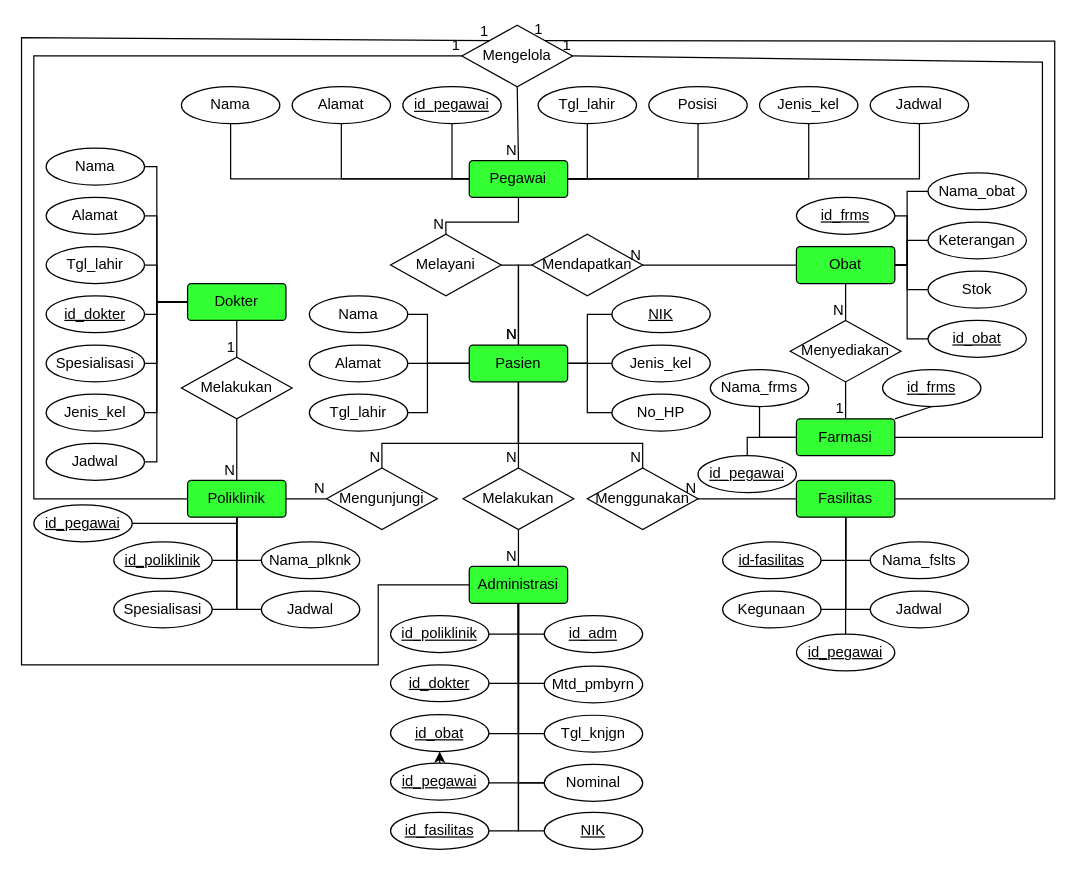
The draw.io diagram rumahSakit.drawio in yogadwipayana/ERD, before the edit. Source tidied: cells renumbered, new cells numbered last; positions are measured from the earlier drawing's top-left corner, leaving out a move shared by most shapes. Both pictures are drawn from the tidied source at 123%, with x=0, y=0 at pixel (21, 25).
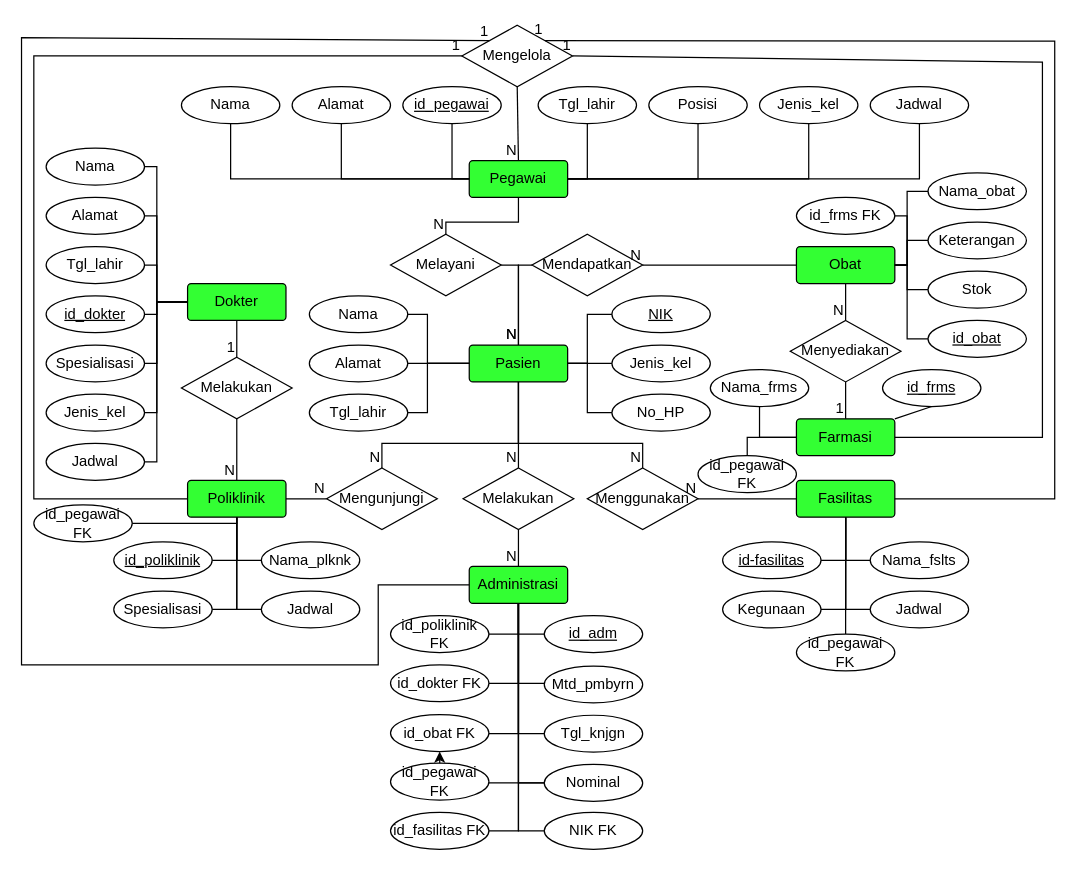
After the change.

The edit, as a diff of the source:
```diff
@@
-    <mxCell id="129" value="NIK" style="ellipse;whiteSpace=wrap;html=1;align=center;fontStyle=4;" parent="1" vertex="1">
+    <mxCell id="129" value="NIK FK" style="ellipse;whiteSpace=wrap;html=1;align=center;" parent="1" vertex="1">
       <mxGeometry x="425" y="640" width="80" height="30" as="geometry" />
     </mxCell>
-    <mxCell id="130" value="id_fasilitas" style="ellipse;whiteSpace=wrap;html=1;align=center;fontStyle=4;" parent="1" vertex="1">
+    <mxCell id="130" value="id_fasilitas FK" style="ellipse;whiteSpace=wrap;html=1;align=center;" parent="1" vertex="1">
       <mxGeometry x="300" y="640" width="80" height="30" as="geometry" />
     </mxCell>
-    <mxCell id="131" value="id_pegawai" style="ellipse;whiteSpace=wrap;html=1;align=center;fontStyle=4;" parent="1" vertex="1">
+    <mxCell id="131" value="id_pegawai FK" style="ellipse;whiteSpace=wrap;html=1;align=center;" parent="1" vertex="1">
       <mxGeometry x="300" y="600" width="80" height="30" as="geometry" />
     </mxCell>
-    <mxCell id="132" value="id_obat" style="ellipse;whiteSpace=wrap;html=1;align=center;fontStyle=4;" parent="1" vertex="1">
+    <mxCell id="132" value="id_obat FK" style="ellipse;whiteSpace=wrap;html=1;align=center;" parent="1" vertex="1">
       <mxGeometry x="300" y="560.5" width="80" height="30" as="geometry" />
     </mxCell>
-    <mxCell id="133" value="id_dokter" style="ellipse;whiteSpace=wrap;html=1;align=center;fontStyle=4;" parent="1" vertex="1">
+    <mxCell id="133" value="id_dokter FK" style="ellipse;whiteSpace=wrap;html=1;align=center;" parent="1" vertex="1">
       <mxGeometry x="300" y="520" width="80" height="30" as="geometry" />
     </mxCell>
-    <mxCell id="134" value="id_poliklinik" style="ellipse;whiteSpace=wrap;html=1;align=center;fontStyle=4;" parent="1" vertex="1">
+    <mxCell id="134" value="id_poliklinik FK" style="ellipse;whiteSpace=wrap;html=1;align=center;" parent="1" vertex="1">
       <mxGeometry x="300" y="480" width="80" height="30" as="geometry" />
     </mxCell>
@@
-    <mxCell id="144" value="id_frms" style="ellipse;whiteSpace=wrap;html=1;align=center;fontStyle=4;" parent="1" vertex="1">
+    <mxCell id="144" value="id_frms FK" style="ellipse;whiteSpace=wrap;html=1;align=center;" parent="1" vertex="1">
       <mxGeometry x="630" y="140" width="80" height="30" as="geometry" />
     </mxCell>
@@
-    <mxCell id="146" value="id_pegawai" style="ellipse;whiteSpace=wrap;html=1;align=center;fontStyle=4;" parent="1" vertex="1">
+    <mxCell id="146" value="id_pegawai FK" style="ellipse;whiteSpace=wrap;html=1;align=center;" parent="1" vertex="1">
       <mxGeometry x="550" y="350" width="80" height="30" as="geometry" />
     </mxCell>
@@
-    <mxCell id="148" value="id_pegawai" style="ellipse;whiteSpace=wrap;html=1;align=center;fontStyle=4;" parent="1" vertex="1">
+    <mxCell id="148" value="id_pegawai FK" style="ellipse;whiteSpace=wrap;html=1;align=center;" parent="1" vertex="1">
       <mxGeometry x="630" y="495" width="80" height="30" as="geometry" />
     </mxCell>
@@
-    <mxCell id="150" value="id_pegawai" style="ellipse;whiteSpace=wrap;html=1;align=center;fontStyle=4;" parent="1" vertex="1">
+    <mxCell id="150" value="id_pegawai FK" style="ellipse;whiteSpace=wrap;html=1;align=center;" parent="1" vertex="1">
       <mxGeometry x="10" y="390" width="80" height="30" as="geometry" />
     </mxCell>
```
